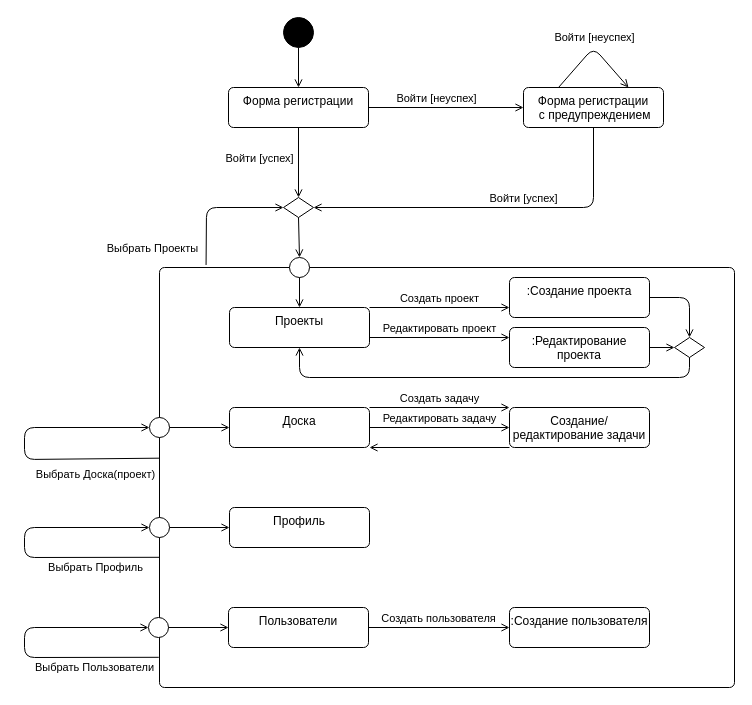
This is ui/automata/raw/main.drawio from aVorotnikov/thunder_board, a draw.io file, before an edit. Source tidied: cells renumbered, new cells numbered last; positions are measured from the earlier drawing's top-left corner, leaving out a move shared by most shapes. Both pictures are drawn from the tidied source at 100%, with x=0, y=0 at pixel (24, 17).
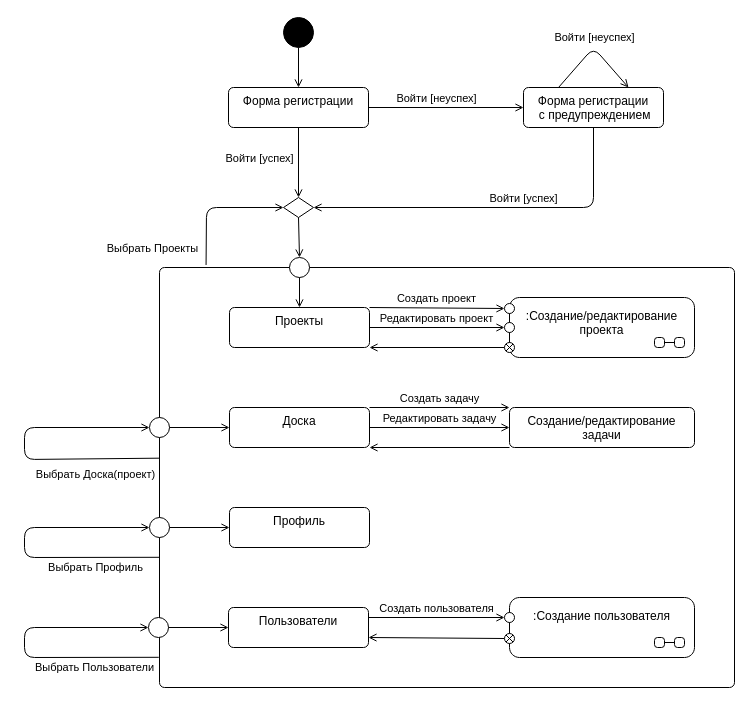
The same page after the edit.

Commit message (it also covers changes not shown here):
Исправлены вложенные состояния

Unchanged cells that the change refers to:
```xml
<mxCell id="12" value="Проекты" style="html=1;align=center;verticalAlign=top;rounded=1;absoluteArcSize=1;arcSize=10;dashed=0;whiteSpace=wrap;" parent="1" vertex="1">
  <mxGeometry x="205" y="290" width="140" height="40" as="geometry" />
</mxCell>
<mxCell id="44" value="Пользователи" style="html=1;align=center;verticalAlign=top;rounded=1;absoluteArcSize=1;arcSize=10;dashed=0;whiteSpace=wrap;" parent="1" vertex="1">
  <mxGeometry x="204" y="590" width="140" height="40" as="geometry" />
</mxCell>
```

Diff of the diagram source:
```diff
@@
     <mxCell id="32" value="Создание/редактирование задачи" style="html=1;align=center;verticalAlign=top;rounded=1;absoluteArcSize=1;arcSize=10;dashed=0;whiteSpace=wrap;" parent="1" vertex="1">
-      <mxGeometry x="485" y="390" width="140" height="40" as="geometry" />
+      <mxGeometry x="485" y="390" width="185" height="40" as="geometry" />
     </mxCell>
@@
-    <mxCell id="38" value=":Создание проекта" style="html=1;align=center;verticalAlign=top;rounded=1;absoluteArcSize=1;arcSize=10;dashed=0;whiteSpace=wrap;" parent="1" vertex="1">
-      <mxGeometry x="485" y="260" width="140" height="40" as="geometry" />
-    </mxCell>
-    <mxCell id="39" style="endArrow=open;html=1;rounded=1;align=center;verticalAlign=top;endFill=0;labelBackgroundColor=none;endSize=6;exitX=1;exitY=0;exitDx=0;exitDy=0;curved=0;entryX=0;entryY=0.75;entryDx=0;entryDy=0;" parent="1" edge="1" source="12" target="38">
+    <mxCell id="39" style="endArrow=open;html=1;rounded=1;align=center;verticalAlign=top;endFill=0;labelBackgroundColor=none;endSize=6;exitX=1;exitY=0;exitDx=0;exitDy=0;curved=0;entryX=0;entryY=0.5;entryDx=0;entryDy=0;" parent="1" edge="1" source="12" target="59">
       <mxGeometry relative="1" as="geometry" />
     </mxCell>
@@
-    <mxCell id="41" value=":Редактирование проекта" style="html=1;align=center;verticalAlign=top;rounded=1;absoluteArcSize=1;arcSize=10;dashed=0;whiteSpace=wrap;" parent="1" vertex="1">
-      <mxGeometry x="485" y="310" width="140" height="40" as="geometry" />
-    </mxCell>
-    <mxCell id="42" style="endArrow=open;html=1;rounded=1;align=center;verticalAlign=top;endFill=0;labelBackgroundColor=none;endSize=6;exitX=1;exitY=0.75;exitDx=0;exitDy=0;curved=0;entryX=0;entryY=0.25;entryDx=0;entryDy=0;" parent="1" edge="1" source="12" target="41">
+    <mxCell id="42" style="endArrow=open;html=1;rounded=1;align=center;verticalAlign=top;endFill=0;labelBackgroundColor=none;endSize=6;exitX=1;exitY=0.5;exitDx=0;exitDy=0;curved=0;entryX=0;entryY=0.5;entryDx=0;entryDy=0;" parent="1" edge="1" source="12" target="60">
       <mxGeometry relative="1" as="geometry" />
     </mxCell>
@@
-    <mxCell id="49" value=":Создание пользователя" style="html=1;align=center;verticalAlign=top;rounded=1;absoluteArcSize=1;arcSize=10;dashed=0;whiteSpace=wrap;" parent="1" vertex="1">
-      <mxGeometry x="485" y="590" width="140" height="40" as="geometry" />
-    </mxCell>
-    <mxCell id="50" style="endArrow=open;html=1;rounded=1;align=center;verticalAlign=top;endFill=0;labelBackgroundColor=none;endSize=6;exitX=1;exitY=0.5;exitDx=0;exitDy=0;curved=0;entryX=0;entryY=0.5;entryDx=0;entryDy=0;" parent="1" edge="1" source="44" target="49">
+    <mxCell id="50" style="endArrow=open;html=1;rounded=1;align=center;verticalAlign=top;endFill=0;labelBackgroundColor=none;endSize=6;exitX=1;exitY=0.25;exitDx=0;exitDy=0;curved=0;entryX=0;entryY=0.5;entryDx=0;entryDy=0;" parent="1" edge="1" source="44" target="62">
       <mxGeometry relative="1" as="geometry" />
     </mxCell>
@@
-    <mxCell id="52" style="rhombus;whiteSpace=wrap;html=1;" parent="1" vertex="1">
-      <mxGeometry x="650" y="320" width="30" height="20" as="geometry" />
-    </mxCell>
-    <mxCell id="53" style="endArrow=open;html=1;rounded=1;entryX=0.5;entryY=0;entryDx=0;entryDy=0;curved=0;endFill=0;exitX=1;exitY=0.5;exitDx=0;exitDy=0;" parent="1" edge="1" source="38" target="52">
-      <mxGeometry relative="1" as="geometry">
-        <Array as="points">
-          <mxPoint x="665" y="280" />
-        </Array>
-      </mxGeometry>
-    </mxCell>
-    <mxCell id="54" style="endArrow=open;html=1;rounded=1;entryX=0;entryY=0.5;entryDx=0;entryDy=0;curved=0;endFill=0;exitX=1;exitY=0.5;exitDx=0;exitDy=0;" parent="1" edge="1" source="41" target="52">
-      <mxGeometry relative="1" as="geometry" />
-    </mxCell>
-    <mxCell id="55" style="endArrow=open;html=1;rounded=1;entryX=0.5;entryY=1;entryDx=0;entryDy=0;curved=0;endFill=0;exitX=0.5;exitY=1;exitDx=0;exitDy=0;" parent="1" edge="1" source="52" target="12">
-      <mxGeometry relative="1" as="geometry">
-        <Array as="points">
-          <mxPoint x="665" y="360" />
-          <mxPoint x="275" y="360" />
-        </Array>
-      </mxGeometry>
-    </mxCell>
+    <mxCell id="56" style="endArrow=open;html=1;rounded=1;entryX=1;entryY=1;entryDx=0;entryDy=0;curved=0;endFill=0;exitX=0;exitY=0.5;exitDx=0;exitDy=0;" parent="1" edge="1" source="61" target="12">
+      <mxGeometry relative="1" as="geometry" />
+    </mxCell>
+    <mxCell id="57" style="endArrow=open;html=1;rounded=1;entryX=1;entryY=0.75;entryDx=0;entryDy=0;curved=0;endFill=0;exitX=0;exitY=0.5;exitDx=0;exitDy=0;" parent="1" edge="1" source="63" target="44">
+      <mxGeometry relative="1" as="geometry" />
+    </mxCell>
+    <mxCell id="58" value=":Создание/редактирование проекта" style="shape=umlState;rounded=1;verticalAlign=top;spacingTop=5;umlStateSymbol=collapseState;absoluteArcSize=1;arcSize=10;html=1;whiteSpace=wrap;" parent="1" vertex="1">
+      <mxGeometry x="485" y="280" width="185" height="60" as="geometry" />
+    </mxCell>
+    <mxCell id="59" style="ellipse;" parent="1" vertex="1">
+      <mxGeometry x="480" y="286" width="10" height="10" as="geometry" />
+    </mxCell>
+    <mxCell id="60" style="ellipse;" parent="1" vertex="1">
+      <mxGeometry x="480" y="305" width="10" height="10" as="geometry" />
+    </mxCell>
+    <mxCell id="61" style="shape=sumEllipse;perimeter=ellipsePerimeter;html=1;backgroundOutline=1;" parent="1" vertex="1">
+      <mxGeometry x="480" y="325" width="10" height="10" as="geometry" />
+    </mxCell>
+    <mxCell id="49" value=":Создание пользователя" style="shape=umlState;rounded=1;verticalAlign=top;spacingTop=5;umlStateSymbol=collapseState;absoluteArcSize=1;arcSize=10;html=1;whiteSpace=wrap;" parent="1" vertex="1">
+      <mxGeometry x="485" y="580" width="185" height="60" as="geometry" />
+    </mxCell>
+    <mxCell id="62" style="ellipse;" parent="1" vertex="1">
+      <mxGeometry x="480" y="595" width="10" height="10" as="geometry" />
+    </mxCell>
+    <mxCell id="63" style="shape=sumEllipse;perimeter=ellipsePerimeter;html=1;backgroundOutline=1;" parent="1" vertex="1">
+      <mxGeometry x="480" y="616" width="10" height="10" as="geometry" />
+    </mxCell>
```
